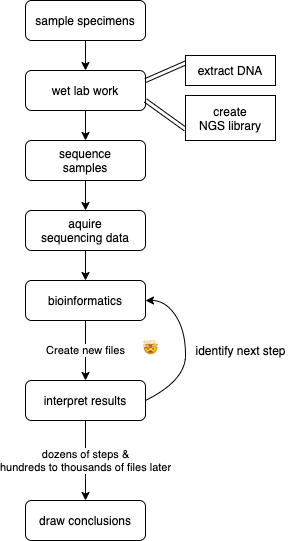
The draw.io diagram Week5-project_organization_and_UNIX_shell/Bioinformatics_Workflow.png in ngs-docs/2021-GGG298, before a commit. Source tidied: cells renumbered, new cells last; positions are measured from the earlier drawing's top-left corner, leaving out a move shared by most shapes.
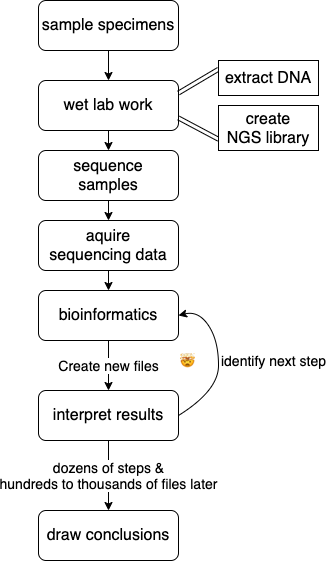
The same file after the commit.

Diff of the diagram source:
```diff
@@ -5,68 +5,68 @@
     <mxCell id="2" style="edgeStyle=none;rounded=0;jettySize=auto;html=1;exitX=0.5;exitY=1;exitDx=0;exitDy=0;entryX=0.5;entryY=0;entryDx=0;entryDy=0;" parent="1" edge="1" source="3" target="5">
       <mxGeometry relative="1" as="geometry" />
     </mxCell>
-    <mxCell id="3" value="sample specimens" style="rounded=1;whiteSpace=wrap;html=1;fontSize=12;glass=0;strokeWidth=1;shadow=0;" parent="1" vertex="1">
-      <mxGeometry width="120" height="40" as="geometry" />
+    <mxCell id="3" value="&lt;font style=&quot;font-size: 16px&quot;&gt;sample specimens&lt;/font&gt;" style="rounded=1;whiteSpace=wrap;html=1;fontSize=12;glass=0;strokeWidth=1;shadow=0;" parent="1" vertex="1">
+      <mxGeometry y="-10" width="140" height="50" as="geometry" />
     </mxCell>
     <mxCell id="4" style="edgeStyle=none;rounded=0;jettySize=auto;html=1;exitX=0.5;exitY=1;exitDx=0;exitDy=0;entryX=0.5;entryY=0;entryDx=0;entryDy=0;" parent="1" edge="1" source="5" target="11">
       <mxGeometry relative="1" as="geometry" />
     </mxCell>
-    <mxCell id="5" value="wet lab work" style="rounded=1;whiteSpace=wrap;html=1;" parent="1" vertex="1">
-      <mxGeometry y="70" width="120" height="40" as="geometry" />
+    <mxCell id="5" value="&lt;font style=&quot;font-size: 16px&quot;&gt;wet lab work&lt;/font&gt;" style="rounded=1;whiteSpace=wrap;html=1;" parent="1" vertex="1">
+      <mxGeometry y="70" width="140" height="50" as="geometry" />
     </mxCell>
     <mxCell id="6" style="edgeStyle=none;shape=link;rounded=0;jettySize=auto;html=1;exitX=0;exitY=0.25;exitDx=0;exitDy=0;entryX=1;entryY=0.25;entryDx=0;entryDy=0;" parent="1" edge="1" source="7" target="5">
       <mxGeometry relative="1" as="geometry" />
     </mxCell>
-    <mxCell id="7" value="extract DNA" style="rounded=0;whiteSpace=wrap;html=1;" parent="1" vertex="1">
-      <mxGeometry x="160" y="55" width="90" height="30" as="geometry" />
+    <mxCell id="7" value="&lt;font style=&quot;font-size: 16px&quot;&gt;extract DNA&lt;/font&gt;" style="rounded=0;whiteSpace=wrap;html=1;" parent="1" vertex="1">
+      <mxGeometry x="180" y="50" width="100" height="35" as="geometry" />
     </mxCell>
     <mxCell id="8" style="edgeStyle=none;shape=link;rounded=0;jettySize=auto;html=1;exitX=0;exitY=0.75;exitDx=0;exitDy=0;entryX=1;entryY=0.75;entryDx=0;entryDy=0;" parent="1" edge="1" source="9" target="5">
       <mxGeometry relative="1" as="geometry" />
     </mxCell>
-    <mxCell id="9" value="create&lt;br&gt;NGS library" style="rounded=0;whiteSpace=wrap;html=1;" parent="1" vertex="1">
-      <mxGeometry x="160" y="95" width="90" height="45" as="geometry" />
+    <mxCell id="9" value="&lt;font style=&quot;font-size: 16px&quot;&gt;create&lt;br&gt;NGS library&lt;/font&gt;" style="rounded=0;whiteSpace=wrap;html=1;" parent="1" vertex="1">
+      <mxGeometry x="180" y="95" width="100" height="45" as="geometry" />
     </mxCell>
     <mxCell id="10" style="edgeStyle=none;rounded=0;jettySize=auto;html=1;" parent="1" edge="1" source="11" target="13">
       <mxGeometry relative="1" as="geometry" />
     </mxCell>
-    <mxCell id="11" value="sequence&lt;br&gt;samples" style="rounded=1;whiteSpace=wrap;html=1;" parent="1" vertex="1">
-      <mxGeometry y="140" width="120" height="40" as="geometry" />
+    <mxCell id="11" value="&lt;font style=&quot;font-size: 16px&quot;&gt;sequence&lt;br&gt;samples&lt;/font&gt;" style="rounded=1;whiteSpace=wrap;html=1;" parent="1" vertex="1">
+      <mxGeometry y="140" width="140" height="50" as="geometry" />
     </mxCell>
     <mxCell id="12" style="edgeStyle=none;rounded=0;jettySize=auto;html=1;" parent="1" edge="1" source="13" target="15">
       <mxGeometry relative="1" as="geometry" />
     </mxCell>
-    <mxCell id="13" value="aquire&lt;br&gt;sequencing data" style="rounded=1;whiteSpace=wrap;html=1;" parent="1" vertex="1">
-      <mxGeometry y="210" width="120" height="40" as="geometry" />
+    <mxCell id="13" value="&lt;font style=&quot;font-size: 16px&quot;&gt;aquire&lt;br&gt;sequencing data&lt;/font&gt;" style="rounded=1;whiteSpace=wrap;html=1;" parent="1" vertex="1">
+      <mxGeometry y="210" width="140" height="50" as="geometry" />
     </mxCell>
-    <mxCell id="14" value="Create new files" style="edgeStyle=none;rounded=0;jettySize=auto;html=1;" parent="1" edge="1" source="15" target="17">
+    <mxCell id="14" value="&lt;font style=&quot;font-size: 14px&quot;&gt;Create new files&lt;/font&gt;" style="edgeStyle=none;rounded=0;jettySize=auto;html=1;" parent="1" edge="1" source="15" target="17">
       <mxGeometry relative="1" as="geometry" />
     </mxCell>
-    <mxCell id="15" value="bioinformatics" style="rounded=1;whiteSpace=wrap;html=1;" parent="1" vertex="1">
-      <mxGeometry y="280" width="120" height="40" as="geometry" />
+    <mxCell id="15" value="&lt;font style=&quot;font-size: 16px&quot;&gt;bioinformatics&lt;/font&gt;" style="rounded=1;whiteSpace=wrap;html=1;" parent="1" vertex="1">
+      <mxGeometry y="280" width="140" height="50" as="geometry" />
     </mxCell>
-    <mxCell id="16" value="dozens of steps &amp;amp;&lt;br&gt;hundreds to thousands of files later" style="edgeStyle=none;rounded=0;jettySize=auto;html=1;" parent="1" edge="1" source="17" target="18">
+    <mxCell id="16" value="&lt;font style=&quot;font-size: 14px&quot;&gt;dozens of steps &amp;amp;&lt;br&gt;hundreds to thousands of files later&lt;/font&gt;" style="edgeStyle=none;rounded=0;jettySize=auto;html=1;" parent="1" edge="1" source="17" target="18">
       <mxGeometry relative="1" as="geometry" />
     </mxCell>
-    <mxCell id="17" value="interpret results" style="rounded=1;whiteSpace=wrap;html=1;" parent="1" vertex="1">
-      <mxGeometry y="380" width="120" height="40" as="geometry" />
+    <mxCell id="17" value="&lt;font style=&quot;font-size: 16px&quot;&gt;interpret results&lt;/font&gt;" style="rounded=1;whiteSpace=wrap;html=1;" parent="1" vertex="1">
+      <mxGeometry y="380" width="140" height="50" as="geometry" />
     </mxCell>
-    <mxCell id="18" value="draw conclusions" style="rounded=1;whiteSpace=wrap;html=1;" parent="1" vertex="1">
-      <mxGeometry y="500" width="120" height="40" as="geometry" />
+    <mxCell id="18" value="&lt;font style=&quot;font-size: 16px&quot;&gt;draw conclusions&lt;/font&gt;" style="rounded=1;whiteSpace=wrap;html=1;" parent="1" vertex="1">
+      <mxGeometry y="500" width="140" height="50" as="geometry" />
     </mxCell>
     <mxCell id="19" style="curved=1;endArrow=classic;html=1;exitX=1;exitY=0.5;exitDx=0;exitDy=0;entryX=1;entryY=0.5;entryDx=0;entryDy=0;" parent="1" edge="1" source="17" target="15">
       <mxGeometry relative="1" as="geometry">
         <Array as="points">
-          <mxPoint x="160" y="380" />
-          <mxPoint x="160" y="330" />
-          <mxPoint x="140" y="300" />
+          <mxPoint x="180" y="380" />
+          <mxPoint x="180" y="330" />
+          <mxPoint x="160" y="300" />
         </Array>
       </mxGeometry>
     </mxCell>
-    <mxCell id="20" value="identify next step" style="text;html=1;align=center;verticalAlign=middle;" parent="1" vertex="1">
-      <mxGeometry x="160" y="340" width="110" height="20" as="geometry" />
+    <mxCell id="20" value="&lt;font style=&quot;font-size: 14px&quot;&gt;identify next step&lt;/font&gt;" style="text;html=1;align=center;verticalAlign=middle;" parent="1" vertex="1">
+      <mxGeometry x="175" y="340" width="120" height="20" as="geometry" />
     </mxCell>
     <mxCell id="21" value="🤯" style="text;html=1;" parent="1" vertex="1">
-      <mxGeometry x="116" y="335" width="20" height="25" as="geometry" />
+      <mxGeometry x="140" y="337.5" width="20" height="25" as="geometry" />
     </mxCell>
   </root>
 </mxGraphModel>
```
